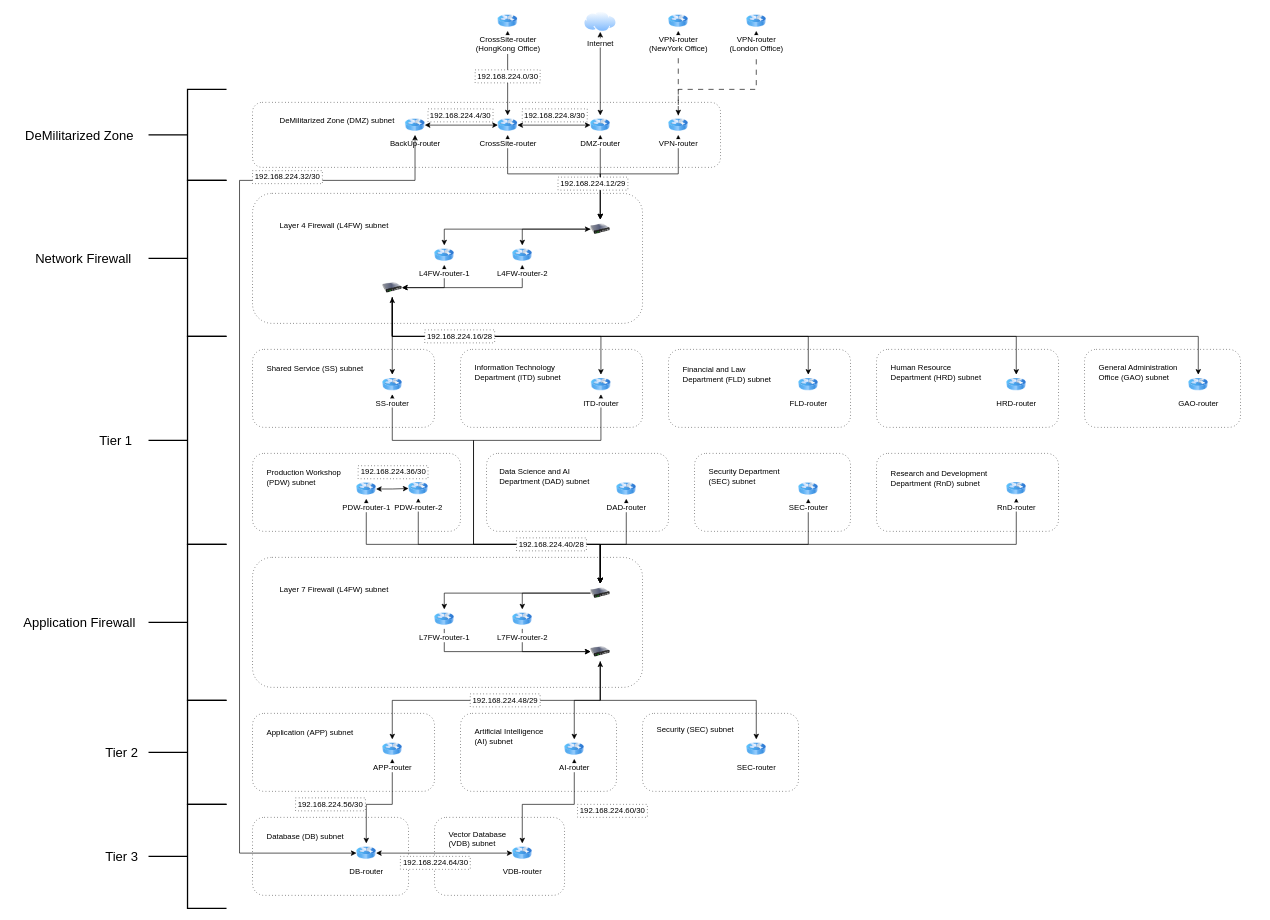
Above: drawio/Network-Beijing-router.drawio in aaassseee/SEHS3321-A02-G01 (draw.io), before the change. Source tidied: cells renumbered, new cells numbered last; positions are measured from the earlier drawing's top-left corner, leaving out a move shared by most shapes. Both pictures are drawn from the tidied source at 65%, with x=0, y=0 at pixel (11, 11).
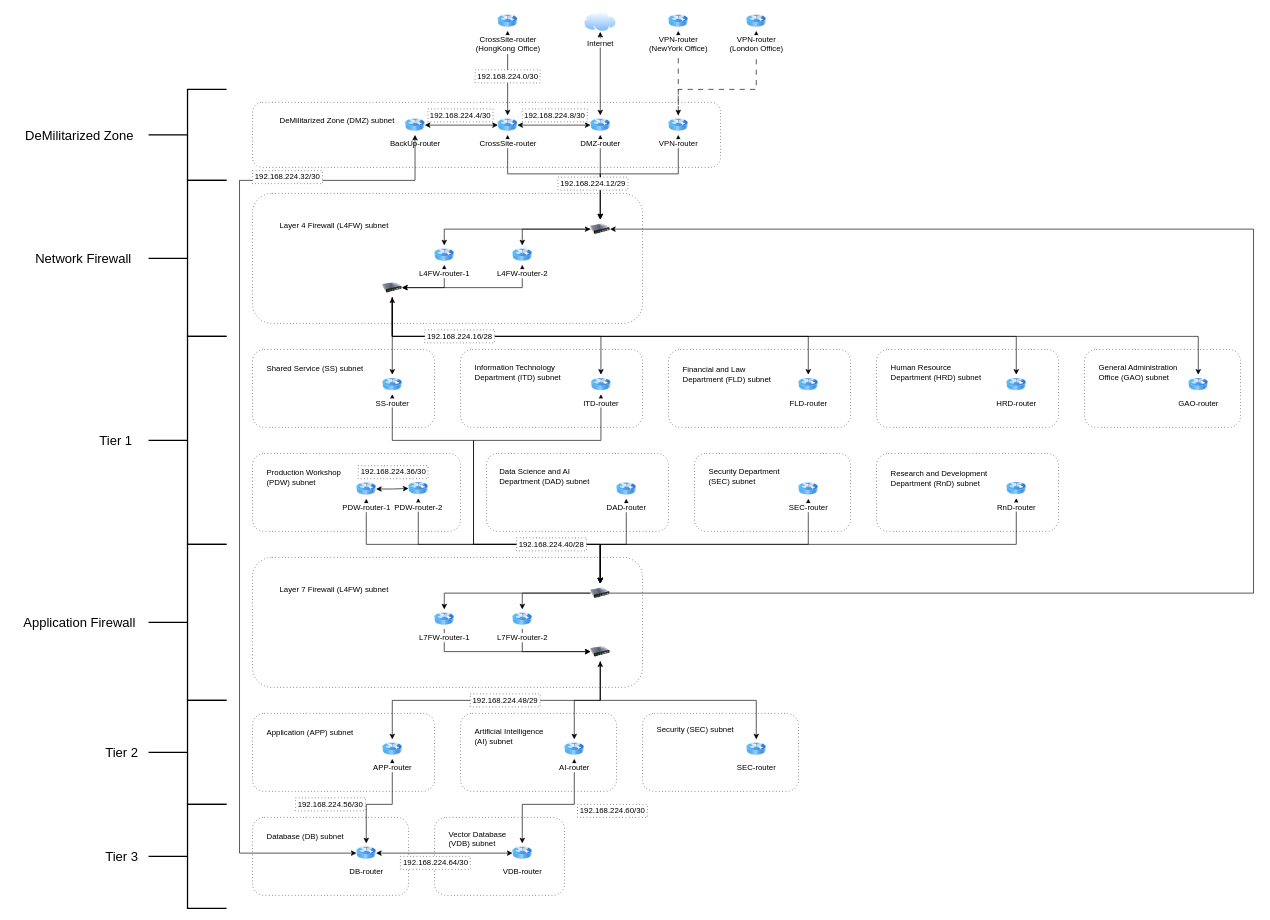
Above is the later version.

Commit message (it also covers changes not shown here):
update Beijing diagram and create HK diagram

The change refers to these unchanged cells:
```xml
<mxCell id="27" style="image;html=1;image=img/lib/clip_art/networking/Switch_128x128.png;" parent="1" vertex="1">
  <mxGeometry x="891" y="320" width="30" height="30" as="geometry" />
</mxCell>
<mxCell id="88" style="image;html=1;image=img/lib/clip_art/networking/Switch_128x128.png;" parent="1" vertex="1">
  <mxGeometry x="891" y="880" width="30" height="30" as="geometry" />
</mxCell>
```

Change to the diagram source:
```diff
@@
+    <mxCell id="128" style="edgeStyle=orthogonalEdgeStyle;rounded=0;jettySize=auto;html=1;entryX=1;entryY=0.5;entryDx=0;entryDy=0;" parent="1" edge="1" source="88" target="27">
+      <mxGeometry relative="1" as="geometry">
+        <Array as="points">
+          <mxPoint x="1911" y="895" />
+          <mxPoint x="1911" y="335" />
+        </Array>
+      </mxGeometry>
+    </mxCell>
```
